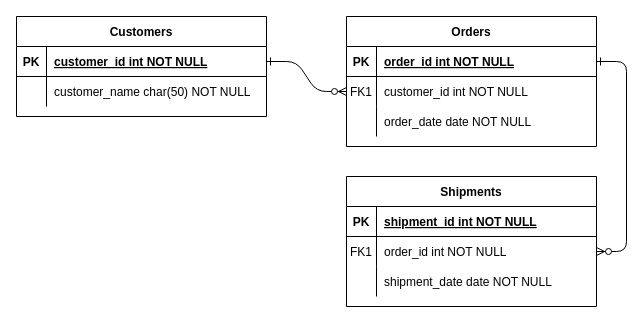
Before: Vendors.drawio in tejudharanesh/database_design, a draw.io diagram. Source tidied: cells renumbered, new cells numbered last; positions are measured from the earlier drawing's top-left corner, leaving out a move shared by most shapes. Both pictures are drawn from the tidied source at 100%, with x=0, y=0 at pixel (16, 16).
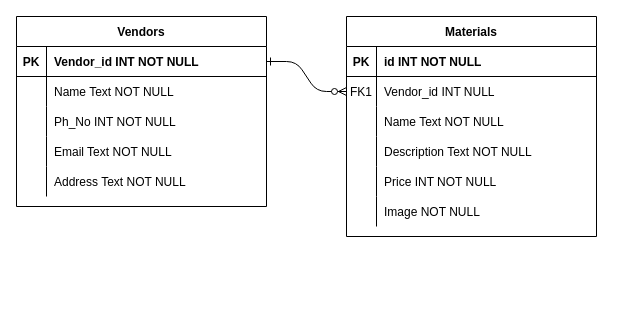
Above is the later version.

Unchanged cells that the change refers to:
```xml
<mxCell id="5" style="shape=partialRectangle;fillColor=none;points=[[0,0.5],[1,0.5]];portConstraint=eastwest;top=0;left=0;right=0;bottom=1;" parent="4" vertex="1">
  <mxGeometry y="30" width="250" height="30" as="geometry" />
</mxCell>
<mxCell id="8" style="shape=partialRectangle;fillColor=none;points=[[0,0.5],[1,0.5]];portConstraint=eastwest;top=0;left=0;right=0;bottom=0;" parent="4" vertex="1">
  <mxGeometry y="60" width="250" height="30" as="geometry" />
</mxCell>
<mxCell id="11" style="shape=partialRectangle;fillColor=none;top=0;left=0;right=0;bottom=0;" parent="4" vertex="1">
  <mxGeometry y="90" width="250" height="30" as="geometry" />
</mxCell>
<mxCell id="25" style="shape=partialRectangle;fillColor=none;points=[[0,0.5],[1,0.5]];portConstraint=eastwest;top=0;left=0;right=0;bottom=1;" parent="24" vertex="1">
  <mxGeometry y="30" width="250" height="30" as="geometry" />
</mxCell>
<mxCell id="28" style="shape=partialRectangle;fillColor=none;top=0;left=0;right=0;bottom=0;" parent="24" vertex="1">
  <mxGeometry y="60" width="250" height="30" as="geometry" />
</mxCell>
```

The edit, as a diff of the source:
```diff
@@
-    <mxCell id="3" style="edgeStyle=entityRelationEdgeStyle;endArrow=ERzeroToMany;startArrow=ERone;endFill=1;startFill=0;" parent="1" edge="1" source="5" target="18">
-      <mxGeometry relative="1" as="geometry" />
-    </mxCell>
-    <mxCell id="4" value="Orders" style="shape=table;startSize=30;childLayout=tableLayout;rowLines=0;fontStyle=1;align=center;" parent="1" vertex="1">
-      <mxGeometry x="330" width="250" height="130" as="geometry" />
+    <mxCell id="4" value="Materials" style="shape=table;startSize=30;childLayout=tableLayout;rowLines=0;fontStyle=1;align=center;" parent="1" vertex="1">
+      <mxGeometry x="330" width="250" height="220" as="geometry" />
     </mxCell>
@@
-    <mxCell id="7" value="order_id int NOT NULL " style="shape=partialRectangle;overflow=hidden;fillColor=none;top=0;left=0;bottom=0;right=0;align=left;spacingLeft=6;fontStyle=5;" parent="5" vertex="1">
+    <mxCell id="7" value="id INT NOT NULL" style="shape=partialRectangle;overflow=hidden;fillColor=none;top=0;left=0;bottom=0;right=0;align=left;spacingLeft=6;fontStyle=1;" parent="5" vertex="1">
       <mxGeometry x="30" width="220" height="30" as="geometry" />
     </mxCell>
@@
-    <mxCell id="10" value="customer_id int NOT NULL" style="shape=partialRectangle;overflow=hidden;fillColor=none;top=0;left=0;bottom=0;right=0;align=left;spacingLeft=6;" parent="8" vertex="1">
+    <mxCell id="10" value="Vendor_id INT NULL" style="shape=partialRectangle;overflow=hidden;fillColor=none;top=0;left=0;bottom=0;right=0;align=left;spacingLeft=6;" parent="8" vertex="1">
       <mxGeometry x="30" width="220" height="30" as="geometry" />
     </mxCell>
@@
-    <mxCell id="13" value="order_date date NOT NULL" style="shape=partialRectangle;overflow=hidden;fillColor=none;top=0;left=0;bottom=0;right=0;align=left;spacingLeft=6;" parent="11" vertex="1">
+    <mxCell id="13" value="Name Text NOT NULL" style="shape=partialRectangle;overflow=hidden;fillColor=none;top=0;left=0;bottom=0;right=0;align=left;spacingLeft=6;" parent="11" vertex="1">
       <mxGeometry x="30" width="220" height="30" as="geometry" />
     </mxCell>
-    <mxCell id="14" value="Shipments" style="shape=table;startSize=30;childLayout=tableLayout;rowLines=0;fontStyle=1;align=center;" parent="1" vertex="1">
-      <mxGeometry x="330" y="160" width="250" height="130" as="geometry" />
-    </mxCell>
-    <mxCell id="15" style="shape=partialRectangle;fillColor=none;top=0;left=0;right=0;bottom=1;" parent="14" vertex="1">
-      <mxGeometry y="30" width="250" height="30" as="geometry" />
-    </mxCell>
-    <mxCell id="16" value="PK" style="shape=partialRectangle;overflow=hidden;fillColor=none;top=0;left=0;bottom=0;right=0;fontStyle=1;" parent="15" vertex="1">
-      <mxGeometry width="30" height="30" as="geometry" />
-    </mxCell>
-    <mxCell id="17" value="shipment_id int NOT NULL " style="shape=partialRectangle;overflow=hidden;fillColor=none;top=0;left=0;bottom=0;right=0;align=left;spacingLeft=6;fontStyle=5;" parent="15" vertex="1">
-      <mxGeometry x="30" width="220" height="30" as="geometry" />
-    </mxCell>
-    <mxCell id="18" style="shape=partialRectangle;fillColor=none;points=[[0,0.5],[1,0.5]];portConstraint=eastwest;top=0;left=0;right=0;bottom=0;" parent="14" vertex="1">
-      <mxGeometry y="60" width="250" height="30" as="geometry" />
-    </mxCell>
-    <mxCell id="19" value="FK1" style="shape=partialRectangle;overflow=hidden;fillColor=none;top=0;left=0;bottom=0;right=0;" parent="18" vertex="1">
-      <mxGeometry width="30" height="30" as="geometry" />
-    </mxCell>
-    <mxCell id="20" value="order_id int NOT NULL" style="shape=partialRectangle;overflow=hidden;fillColor=none;top=0;left=0;bottom=0;right=0;align=left;spacingLeft=6;" parent="18" vertex="1">
-      <mxGeometry x="30" width="220" height="30" as="geometry" />
-    </mxCell>
-    <mxCell id="21" style="shape=partialRectangle;fillColor=none;top=0;left=0;right=0;bottom=0;" parent="14" vertex="1">
-      <mxGeometry y="90" width="250" height="30" as="geometry" />
-    </mxCell>
-    <mxCell id="22" style="shape=partialRectangle;overflow=hidden;fillColor=none;top=0;left=0;bottom=0;right=0;" parent="21" vertex="1">
-      <mxGeometry width="30" height="30" as="geometry" />
-    </mxCell>
-    <mxCell id="23" value="shipment_date date NOT NULL" style="shape=partialRectangle;overflow=hidden;fillColor=none;top=0;left=0;bottom=0;right=0;align=left;spacingLeft=6;" parent="21" vertex="1">
-      <mxGeometry x="30" width="220" height="30" as="geometry" />
-    </mxCell>
+    <mxCell id="31" style="shape=partialRectangle;fillColor=none;top=0;left=0;right=0;bottom=0;" parent="4" vertex="1">
+      <mxGeometry y="120" width="250" height="30" as="geometry" />
+    </mxCell>
+    <mxCell id="32" style="shape=partialRectangle;overflow=hidden;fillColor=none;top=0;left=0;bottom=0;right=0;" parent="31" vertex="1">
+      <mxGeometry width="30" height="30" as="geometry" />
+    </mxCell>
+    <mxCell id="33" value="Description Text NOT NULL" style="shape=partialRectangle;overflow=hidden;fillColor=none;top=0;left=0;bottom=0;right=0;align=left;spacingLeft=6;" parent="31" vertex="1">
+      <mxGeometry x="30" width="220" height="30" as="geometry" />
+    </mxCell>
+    <mxCell id="34" style="shape=partialRectangle;fillColor=none;top=0;left=0;right=0;bottom=0;" parent="4" vertex="1">
+      <mxGeometry y="150" width="250" height="30" as="geometry" />
+    </mxCell>
+    <mxCell id="35" style="shape=partialRectangle;overflow=hidden;fillColor=none;top=0;left=0;bottom=0;right=0;" parent="34" vertex="1">
+      <mxGeometry width="30" height="30" as="geometry" />
+    </mxCell>
+    <mxCell id="36" value="Price INT NOT NULL" style="shape=partialRectangle;overflow=hidden;fillColor=none;top=0;left=0;bottom=0;right=0;align=left;spacingLeft=6;" parent="34" vertex="1">
+      <mxGeometry x="30" width="220" height="30" as="geometry" />
+    </mxCell>
+    <mxCell id="37" style="shape=partialRectangle;fillColor=none;top=0;left=0;right=0;bottom=0;" parent="4" vertex="1">
+      <mxGeometry y="180" width="250" height="30" as="geometry" />
+    </mxCell>
+    <mxCell id="38" style="shape=partialRectangle;overflow=hidden;fillColor=none;top=0;left=0;bottom=0;right=0;" parent="37" vertex="1">
+      <mxGeometry width="30" height="30" as="geometry" />
+    </mxCell>
+    <mxCell id="39" value="Image NOT NULL" style="shape=partialRectangle;overflow=hidden;fillColor=none;top=0;left=0;bottom=0;right=0;align=left;spacingLeft=6;" parent="37" vertex="1">
+      <mxGeometry x="30" width="220" height="30" as="geometry" />
+    </mxCell>
-    <mxCell id="24" value="Customers" style="shape=table;startSize=30;childLayout=tableLayout;rowLines=0;fontStyle=1;align=center;" parent="1" vertex="1">
-      <mxGeometry width="250" height="100" as="geometry" />
+    <mxCell id="24" value="Vendors" style="shape=table;startSize=30;childLayout=tableLayout;rowLines=0;fontStyle=1;align=center;" parent="1" vertex="1">
+      <mxGeometry width="250" height="190" as="geometry" />
     </mxCell>
@@
-    <mxCell id="27" value="customer_id int NOT NULL " style="shape=partialRectangle;overflow=hidden;fillColor=none;top=0;left=0;bottom=0;right=0;align=left;spacingLeft=6;fontStyle=5;" parent="25" vertex="1">
+    <mxCell id="27" value="Vendor_id INT NOT NULL " style="shape=partialRectangle;overflow=hidden;fillColor=none;top=0;left=0;bottom=0;right=0;align=left;spacingLeft=6;fontStyle=1;" parent="25" vertex="1">
       <mxGeometry x="30" width="220" height="30" as="geometry" />
     </mxCell>
@@
-    <mxCell id="30" value="customer_name char(50) NOT NULL" style="shape=partialRectangle;overflow=hidden;fillColor=none;top=0;left=0;bottom=0;right=0;align=left;spacingLeft=6;" parent="28" vertex="1">
+    <mxCell id="30" value="Name Text NOT NULL" style="shape=partialRectangle;overflow=hidden;fillColor=none;top=0;left=0;bottom=0;right=0;align=left;spacingLeft=6;" parent="28" vertex="1">
       <mxGeometry x="30" width="220" height="30" as="geometry" />
     </mxCell>
+    <mxCell id="21" style="shape=partialRectangle;fillColor=none;top=0;left=0;right=0;bottom=0;" parent="24" vertex="1">
+      <mxGeometry y="90" width="250" height="30" as="geometry" />
+    </mxCell>
+    <mxCell id="40" style="shape=partialRectangle;overflow=hidden;fillColor=none;top=0;left=0;bottom=0;right=0;" parent="21" vertex="1">
+      <mxGeometry width="30" height="30" as="geometry" />
+    </mxCell>
+    <mxCell id="41" value="Ph_No INT NOT NULL" style="shape=partialRectangle;overflow=hidden;fillColor=none;top=0;left=0;bottom=0;right=0;align=left;spacingLeft=6;" parent="21" vertex="1">
+      <mxGeometry x="30" width="220" height="30" as="geometry" />
+    </mxCell>
+    <mxCell id="42" style="shape=partialRectangle;fillColor=none;top=0;left=0;right=0;bottom=0;" parent="24" vertex="1">
+      <mxGeometry y="120" width="250" height="30" as="geometry" />
+    </mxCell>
+    <mxCell id="43" style="shape=partialRectangle;overflow=hidden;fillColor=none;top=0;left=0;bottom=0;right=0;" parent="42" vertex="1">
+      <mxGeometry width="30" height="30" as="geometry" />
+    </mxCell>
+    <mxCell id="44" value="Email Text NOT NULL" style="shape=partialRectangle;overflow=hidden;fillColor=none;top=0;left=0;bottom=0;right=0;align=left;spacingLeft=6;" parent="42" vertex="1">
+      <mxGeometry x="30" width="220" height="30" as="geometry" />
+    </mxCell>
+    <mxCell id="45" style="shape=partialRectangle;fillColor=none;top=0;left=0;right=0;bottom=0;" parent="24" vertex="1">
+      <mxGeometry y="150" width="250" height="30" as="geometry" />
+    </mxCell>
+    <mxCell id="46" style="shape=partialRectangle;overflow=hidden;fillColor=none;top=0;left=0;bottom=0;right=0;" parent="45" vertex="1">
+      <mxGeometry width="30" height="30" as="geometry" />
+    </mxCell>
+    <mxCell id="47" value="Address Text NOT NULL" style="shape=partialRectangle;overflow=hidden;fillColor=none;top=0;left=0;bottom=0;right=0;align=left;spacingLeft=6;" parent="45" vertex="1">
+      <mxGeometry x="30" width="220" height="30" as="geometry" />
+    </mxCell>
```
